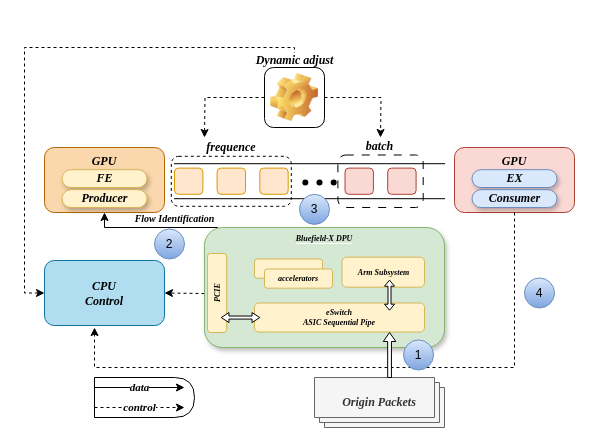
CHRIS123540/GPU keeps this draw.io diagram as 未命名绘图.drawio. Above is the earlier version. Source tidied: cells renumbered, new cells numbered last; positions are measured from the earlier drawing's top-left corner, leaving out a move shared by most shapes. Both pictures are drawn from the tidied source at 100%, with x=0, y=0 at pixel (24, 47).
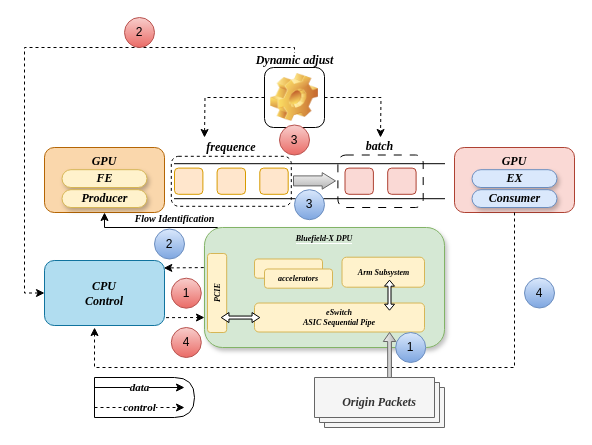
Above is the later version.

Commit message (it also covers changes not shown here):
更新未命名绘图.drawio

Unchanged cells that the change refers to:
```xml
<mxCell id="4" value="CPU&lt;br&gt;Control" style="rounded=1;whiteSpace=wrap;html=1;fillColor=#b1ddf0;strokeColor=#10739e;fontFamily=Times New Roman;fontStyle=3;" parent="1" vertex="1">
  <mxGeometry x="20" y="213" width="120" height="65" as="geometry" />
</mxCell>
<mxCell id="21" value="&lt;span style=&quot;background-color: rgb(213, 232, 212); font-size: 8px;&quot;&gt;Bluefield-X DPU&lt;/span&gt;" style="rounded=1;whiteSpace=wrap;html=1;fontStyle=3;fontFamily=Times New Roman;labelBackgroundColor=default;labelBorderColor=none;verticalAlign=top;fillColor=#d5e8d4;strokeColor=#82b366;shadow=1;fontSize=8;" parent="1" vertex="1">
  <mxGeometry x="180" y="180" width="240" height="120" as="geometry" />
</mxCell>
```

The edit, as a diff of the source:
```diff
@@
-    <mxCell id="7" style="endArrow=classic;html=1;rounded=0;entryX=1;entryY=0.5;entryDx=0;entryDy=0;dashed=1;fontFamily=Times New Roman;fontStyle=3;" parent="1" edge="1" target="4">
-      <mxGeometry relative="1" as="geometry">
-        <mxPoint x="180" y="246" as="sourcePoint" />
-      </mxGeometry>
+    <mxCell id="7" style="endArrow=classic;html=1;rounded=0;entryX=0.994;entryY=0.115;entryDx=0;entryDy=0;dashed=1;fontFamily=Times New Roman;fontStyle=3;exitX=-0.003;exitY=0.334;exitDx=0;exitDy=0;exitPerimeter=0;entryPerimeter=0;" parent="1" edge="1" source="21" target="4">
+      <mxGeometry relative="1" as="geometry" />
     </mxCell>
@@
-    <mxCell id="29" style="shape=singleArrow;direction=north;whiteSpace=wrap;html=1;fontFamily=Times New Roman;fontStyle=3;" parent="1" vertex="1">
+    <mxCell id="29" style="shape=singleArrow;direction=north;whiteSpace=wrap;html=1;fontFamily=Times New Roman;fontStyle=3;fillColor=#f5f5f5;gradientColor=#b3b3b3;strokeColor=#666666;" parent="1" vertex="1">
       <mxGeometry x="358.8" y="285" width="12.5" height="45" as="geometry" />
     </mxCell>
@@
-    <mxCell id="37" style="shape=waypoint;sketch=0;fillStyle=solid;size=6;fillColor=none;perimeter=centerPerimeter;fontFamily=Times New Roman;fontStyle=3;" parent="1" vertex="1">
-      <mxGeometry x="270.8" y="125" width="20" height="20" as="geometry" />
-    </mxCell>
-    <mxCell id="38" style="shape=waypoint;sketch=0;fillStyle=solid;size=6;fillColor=none;perimeter=centerPerimeter;fontFamily=Times New Roman;fontStyle=3;" parent="1" vertex="1">
-      <mxGeometry x="285" y="125" width="20" height="20" as="geometry" />
-    </mxCell>
-    <mxCell id="39" style="shape=waypoint;sketch=0;fillStyle=solid;size=6;fillColor=none;perimeter=centerPerimeter;fontFamily=Times New Roman;fontStyle=3;" parent="1" vertex="1">
-      <mxGeometry x="299.2" y="125" width="20" height="20" as="geometry" />
-    </mxCell>
@@
     <mxCell id="41" value="1" style="ellipse;whiteSpace=wrap;html=1;fillColor=#dae8fc;strokeColor=#6c8ebf;gradientColor=#7ea6e0;" parent="1" vertex="1">
-      <mxGeometry x="379" y="292.5" width="30" height="30" as="geometry" />
+      <mxGeometry x="371.2" y="285" width="30" height="30" as="geometry" />
     </mxCell>
@@
     <mxCell id="43" value="3" style="ellipse;whiteSpace=wrap;html=1;fillColor=#dae8fc;gradientColor=#7ea6e0;strokeColor=#6c8ebf;" parent="1" vertex="1">
-      <mxGeometry x="275" y="146.9" width="30" height="30" as="geometry" />
+      <mxGeometry x="270" y="142.2" width="30" height="30" as="geometry" />
     </mxCell>
@@
+    <mxCell id="45" style="shape=flexArrow;endArrow=classic;html=1;rounded=0;endWidth=5.517241379310345;endSize=4.103448275862069;fillColor=#f5f5f5;gradientColor=#b3b3b3;strokeColor=#666666;" parent="1" edge="1">
+      <mxGeometry relative="1" as="geometry">
+        <mxPoint x="268.5" y="133.4" as="sourcePoint" />
+        <mxPoint x="311.5" y="133.4" as="targetPoint" />
+      </mxGeometry>
+    </mxCell>
+    <mxCell id="46" value="1" style="ellipse;whiteSpace=wrap;html=1;fillColor=#f8cecc;strokeColor=#b85450;gradientColor=#ea6b66;" parent="1" vertex="1">
+      <mxGeometry x="146.8" y="230.7" width="30" height="30" as="geometry" />
+    </mxCell>
+    <mxCell id="47" value="2" style="ellipse;whiteSpace=wrap;html=1;fillColor=#f8cecc;gradientColor=#ea6b66;strokeColor=#b85450;" parent="1" vertex="1">
+      <mxGeometry x="100" y="-30" width="30" height="30" as="geometry" />
+    </mxCell>
+    <mxCell id="48" value="3" style="ellipse;whiteSpace=wrap;html=1;fillColor=#f8cecc;gradientColor=#ea6b66;strokeColor=#b85450;" parent="1" vertex="1">
+      <mxGeometry x="255" y="77.5" width="30" height="30" as="geometry" />
+    </mxCell>
+    <mxCell id="49" value="4" style="ellipse;whiteSpace=wrap;html=1;fillColor=#f8cecc;gradientColor=#ea6b66;strokeColor=#b85450;" parent="1" vertex="1">
+      <mxGeometry x="146.8" y="280" width="30" height="30" as="geometry" />
+    </mxCell>
+    <mxCell id="50" style="endArrow=classic;html=1;rounded=0;entryX=0;entryY=0.75;entryDx=0;entryDy=0;dashed=1;fontFamily=Times New Roman;fontStyle=3;exitX=1.013;exitY=0.879;exitDx=0;exitDy=0;exitPerimeter=0;" parent="1" edge="1" source="4" target="21">
+      <mxGeometry relative="1" as="geometry" />
+    </mxCell>
```
